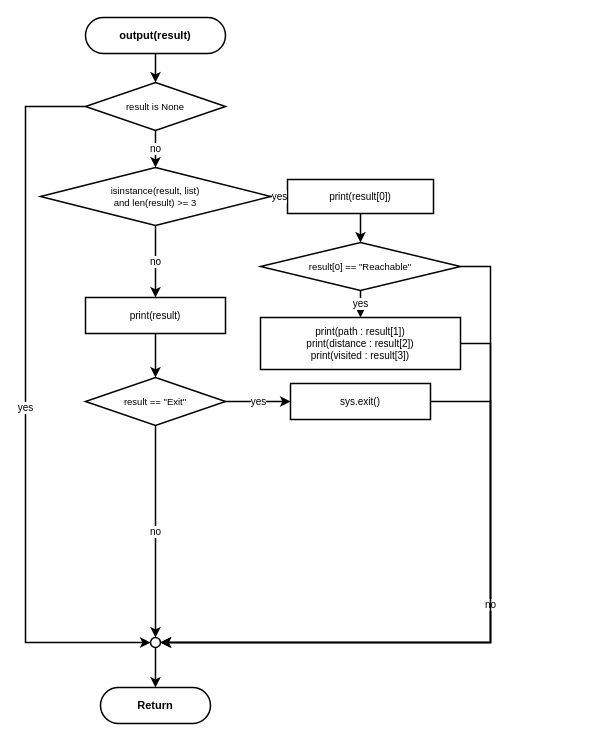
kittiphong064008-cyber/AI-Coding keeps this draw.io diagram as program002/flowchart/10_output.drawio. Above is the earlier version. Source tidied: cells renumbered, new cells numbered last; positions are measured from the earlier drawing's top-left corner, leaving out a move shared by most shapes. Both pictures are drawn from the tidied source at 100%, with x=0, y=0 at pixel (25, 17).
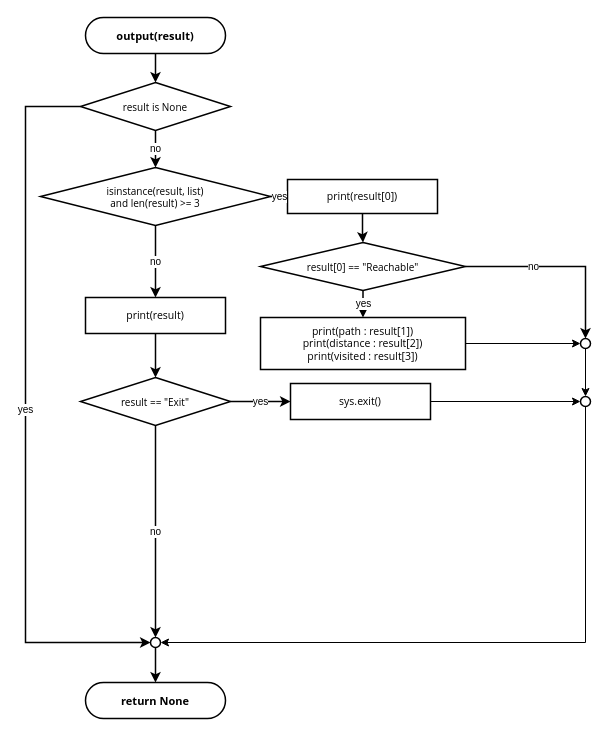
After the change.

Unchanged cells that the change refers to:
```xml
<mxCell id="11" style="ellipse;whiteSpace=wrap;html=1;fillColor=#ffffff;strokeColor=#000000;strokeWidth=1.5;" parent="1" vertex="1">
  <mxGeometry x="125" y="620" width="10" height="10" as="geometry" />
</mxCell>
```

What changed in the source:
```diff
@@
-    <mxCell id="2" value="output(result)" style="rounded=1;whiteSpace=wrap;html=1;arcSize=50;fillColor=#ffffff;strokeColor=#000000;strokeWidth=1.5;fontSize=11;fontFamily=Helvetica;fontStyle=1;" parent="1" vertex="1">
+    <mxCell id="2" value="output(result)" style="rounded=1;whiteSpace=wrap;html=1;arcSize=50;fillColor=#ffffff;strokeColor=#000000;strokeWidth=1.5;fontSize=11;fontFamily=Segoe UI;fontStyle=1;" parent="1" vertex="1">
       <mxGeometry x="60" width="140" height="36" as="geometry" />
     </mxCell>
-    <mxCell id="3" value="result is None" style="rhombus;whiteSpace=wrap;html=1;fillColor=#ffffff;strokeColor=#000000;strokeWidth=1.5;fontSize=9.5;fontFamily=Helvetica;" parent="1" vertex="1">
-      <mxGeometry x="60" y="65" width="140" height="48" as="geometry" />
+    <mxCell id="3" value="result is None" style="rhombus;whiteSpace=wrap;html=1;fillColor=#ffffff;strokeColor=#000000;strokeWidth=1.5;fontSize=10;fontFamily=Segoe UI;" parent="1" vertex="1">
+      <mxGeometry x="55" y="65" width="150" height="48" as="geometry" />
     </mxCell>
-    <mxCell id="4" value="isinstance(result, list)&#10;and len(result) &gt;= 3" style="rhombus;whiteSpace=wrap;html=1;fillColor=#ffffff;strokeColor=#000000;strokeWidth=1.5;fontSize=9.5;fontFamily=Helvetica;" parent="1" vertex="1">
+    <mxCell id="4" value="isinstance(result, list)&#10;and len(result) &gt;= 3" style="rhombus;whiteSpace=wrap;html=1;fillColor=#ffffff;strokeColor=#000000;strokeWidth=1.5;fontSize=10;fontFamily=Segoe UI;" parent="1" vertex="1">
       <mxGeometry x="15" y="150" width="230" height="58" as="geometry" />
     </mxCell>
-    <mxCell id="5" value="print(result[0])" style="rounded=0;whiteSpace=wrap;html=1;fillColor=#ffffff;strokeColor=#000000;strokeWidth=1.5;fontSize=10;fontFamily=Helvetica;" parent="1" vertex="1">
-      <mxGeometry x="262" y="162" width="146" height="34" as="geometry" />
+    <mxCell id="5" value="print(result[0])" style="rounded=0;whiteSpace=wrap;html=1;fillColor=#ffffff;strokeColor=#000000;strokeWidth=1.5;fontSize=10.5;fontFamily=Segoe UI;" parent="1" vertex="1">
+      <mxGeometry x="262" y="162" width="150" height="34" as="geometry" />
     </mxCell>
-    <mxCell id="6" value="result[0] == &quot;Reachable&quot;" style="rhombus;whiteSpace=wrap;html=1;fillColor=#ffffff;strokeColor=#000000;strokeWidth=1.5;fontSize=9.5;fontFamily=Helvetica;" parent="1" vertex="1">
-      <mxGeometry x="235" y="225" width="200" height="48" as="geometry" />
+    <mxCell id="6" value="result[0] == &quot;Reachable&quot;" style="rhombus;whiteSpace=wrap;html=1;fillColor=#ffffff;strokeColor=#000000;strokeWidth=1.5;fontSize=10;fontFamily=Segoe UI;" parent="1" vertex="1">
+      <mxGeometry x="235" y="225" width="205" height="48" as="geometry" />
     </mxCell>
+    <mxCell id="27" style="edgeStyle=orthogonalEdgeStyle;rounded=0;jettySize=auto;html=1;exitX=1;exitY=0.5;exitDx=0;exitDy=0;entryX=0;entryY=0.5;entryDx=0;entryDy=0;" parent="1" edge="1" source="7" target="30">
+      <mxGeometry relative="1" as="geometry" />
+    </mxCell>
-    <mxCell id="7" value="print(path : result[1])&#10;print(distance : result[2])&#10;print(visited : result[3])" style="rounded=0;whiteSpace=wrap;html=1;fillColor=#ffffff;strokeColor=#000000;strokeWidth=1.5;fontSize=10;fontFamily=Helvetica;" parent="1" vertex="1">
-      <mxGeometry x="235" y="300" width="200" height="52" as="geometry" />
+    <mxCell id="7" value="print(path : result[1])&#10;print(distance : result[2])&#10;print(visited : result[3])" style="rounded=0;whiteSpace=wrap;html=1;fillColor=#ffffff;strokeColor=#000000;strokeWidth=1.5;fontSize=10.5;fontFamily=Segoe UI;" parent="1" vertex="1">
+      <mxGeometry x="235" y="300" width="205" height="52" as="geometry" />
     </mxCell>
-    <mxCell id="8" value="print(result)" style="rounded=0;whiteSpace=wrap;html=1;fillColor=#ffffff;strokeColor=#000000;strokeWidth=1.5;fontSize=10;fontFamily=Helvetica;" parent="1" vertex="1">
+    <mxCell id="8" value="print(result)" style="rounded=0;whiteSpace=wrap;html=1;fillColor=#ffffff;strokeColor=#000000;strokeWidth=1.5;fontSize=10.5;fontFamily=Segoe UI;" parent="1" vertex="1">
       <mxGeometry x="60" y="280" width="140" height="36" as="geometry" />
     </mxCell>
-    <mxCell id="9" value="result == &quot;Exit&quot;" style="rhombus;whiteSpace=wrap;html=1;fillColor=#ffffff;strokeColor=#000000;strokeWidth=1.5;fontSize=9.5;fontFamily=Helvetica;" parent="1" vertex="1">
-      <mxGeometry x="60" y="360" width="140" height="48" as="geometry" />
+    <mxCell id="9" value="result == &quot;Exit&quot;" style="rhombus;whiteSpace=wrap;html=1;fillColor=#ffffff;strokeColor=#000000;strokeWidth=1.5;fontSize=10;fontFamily=Segoe UI;" parent="1" vertex="1">
+      <mxGeometry x="55" y="360" width="150" height="48" as="geometry" />
     </mxCell>
+    <mxCell id="28" style="edgeStyle=orthogonalEdgeStyle;rounded=0;jettySize=auto;html=1;exitX=1;exitY=0.5;exitDx=0;exitDy=0;entryX=0;entryY=0.5;entryDx=0;entryDy=0;" parent="1" edge="1" source="10" target="32">
+      <mxGeometry relative="1" as="geometry" />
+    </mxCell>
-    <mxCell id="10" value="sys.exit()" style="rounded=0;whiteSpace=wrap;html=1;fillColor=#ffffff;strokeColor=#000000;strokeWidth=1.5;fontSize=10;fontFamily=Helvetica;" parent="1" vertex="1">
+    <mxCell id="10" value="sys.exit()" style="rounded=0;whiteSpace=wrap;html=1;fillColor=#ffffff;strokeColor=#000000;strokeWidth=1.5;fontSize=10.5;fontFamily=Segoe UI;" parent="1" vertex="1">
       <mxGeometry x="265" y="366" width="140" height="36" as="geometry" />
     </mxCell>
@@
-    <mxCell id="12" value="Return" style="rounded=1;whiteSpace=wrap;html=1;arcSize=50;fillColor=#ffffff;strokeColor=#000000;strokeWidth=1.5;fontSize=11;fontFamily=Helvetica;fontStyle=1;" parent="1" vertex="1">
-      <mxGeometry x="75" y="670" width="110" height="36" as="geometry" />
+    <mxCell id="12" value="return None" style="rounded=1;whiteSpace=wrap;html=1;arcSize=50;fillColor=#ffffff;strokeColor=#000000;strokeWidth=1.5;fontSize=11;fontFamily=Segoe UI;fontStyle=1;" parent="1" vertex="1">
+      <mxGeometry x="60" y="665" width="140" height="36" as="geometry" />
     </mxCell>
@@
-    <mxCell id="19" style="edgeStyle=orthogonalEdgeStyle;rounded=0;jettySize=auto;html=1;strokeWidth=1.5;strokeColor=#000000;fontSize=10;fontColor=#000000;exitX=1;exitY=0.5;exitDx=0;exitDy=0;entryX=1;entryY=0.5;entryDx=0;entryDy=0;" parent="1" edge="1" source="7" target="11">
-      <mxGeometry relative="1" as="geometry">
-        <Array as="points">
-          <mxPoint x="465" y="326" />
-          <mxPoint x="465" y="625" />
-        </Array>
-      </mxGeometry>
-    </mxCell>
-    <mxCell id="20" value="no" style="edgeStyle=orthogonalEdgeStyle;rounded=0;jettySize=auto;html=1;strokeWidth=1.5;strokeColor=#000000;fontSize=10;fontColor=#000000;exitX=1;exitY=0.5;exitDx=0;exitDy=0;entryX=1;entryY=0.5;entryDx=0;entryDy=0;" parent="1" edge="1" source="6" target="11">
-      <mxGeometry relative="1" as="geometry">
-        <Array as="points">
-          <mxPoint x="465" y="249" />
-          <mxPoint x="465" y="625" />
-        </Array>
-      </mxGeometry>
+    <mxCell id="20" value="no" style="edgeStyle=orthogonalEdgeStyle;rounded=0;jettySize=auto;html=1;strokeWidth=1.5;strokeColor=#000000;fontSize=10;fontColor=#000000;exitX=1;exitY=0.5;exitDx=0;exitDy=0;entryX=0.5;entryY=0;entryDx=0;entryDy=0;" parent="1" edge="1" source="6" target="30">
+      <mxGeometry x="-0.29" relative="1" as="geometry" />
     </mxCell>
@@
-    <mxCell id="24" style="edgeStyle=orthogonalEdgeStyle;rounded=0;jettySize=auto;html=1;strokeWidth=1.5;strokeColor=#000000;fontSize=10;fontColor=#000000;exitX=1;exitY=0.5;exitDx=0;exitDy=0;entryX=1;entryY=0.5;entryDx=0;entryDy=0;" parent="1" edge="1" source="10" target="11">
-      <mxGeometry relative="1" as="geometry">
-        <Array as="points">
-          <mxPoint x="465" y="384" />
-          <mxPoint x="465" y="625" />
-        </Array>
-      </mxGeometry>
-    </mxCell>
@@
+    <mxCell id="29" style="edgeStyle=orthogonalEdgeStyle;rounded=0;jettySize=auto;html=1;exitX=0.5;exitY=1;exitDx=0;exitDy=0;entryX=0.5;entryY=0;entryDx=0;entryDy=0;" parent="1" edge="1" source="30" target="32">
+      <mxGeometry relative="1" as="geometry" />
+    </mxCell>
+    <mxCell id="30" style="ellipse;whiteSpace=wrap;html=1;fillColor=#ffffff;strokeColor=#000000;strokeWidth=1.5;" parent="1" vertex="1">
+      <mxGeometry x="555" y="321" width="10" height="10" as="geometry" />
+    </mxCell>
+    <mxCell id="31" style="edgeStyle=orthogonalEdgeStyle;rounded=0;jettySize=auto;html=1;exitX=0.5;exitY=1;exitDx=0;exitDy=0;entryX=1;entryY=0.5;entryDx=0;entryDy=0;" parent="1" edge="1" source="32" target="11">
+      <mxGeometry relative="1" as="geometry" />
+    </mxCell>
+    <mxCell id="32" style="ellipse;whiteSpace=wrap;html=1;fillColor=#ffffff;strokeColor=#000000;strokeWidth=1.5;" parent="1" vertex="1">
+      <mxGeometry x="555" y="379" width="10" height="10" as="geometry" />
+    </mxCell>
```
